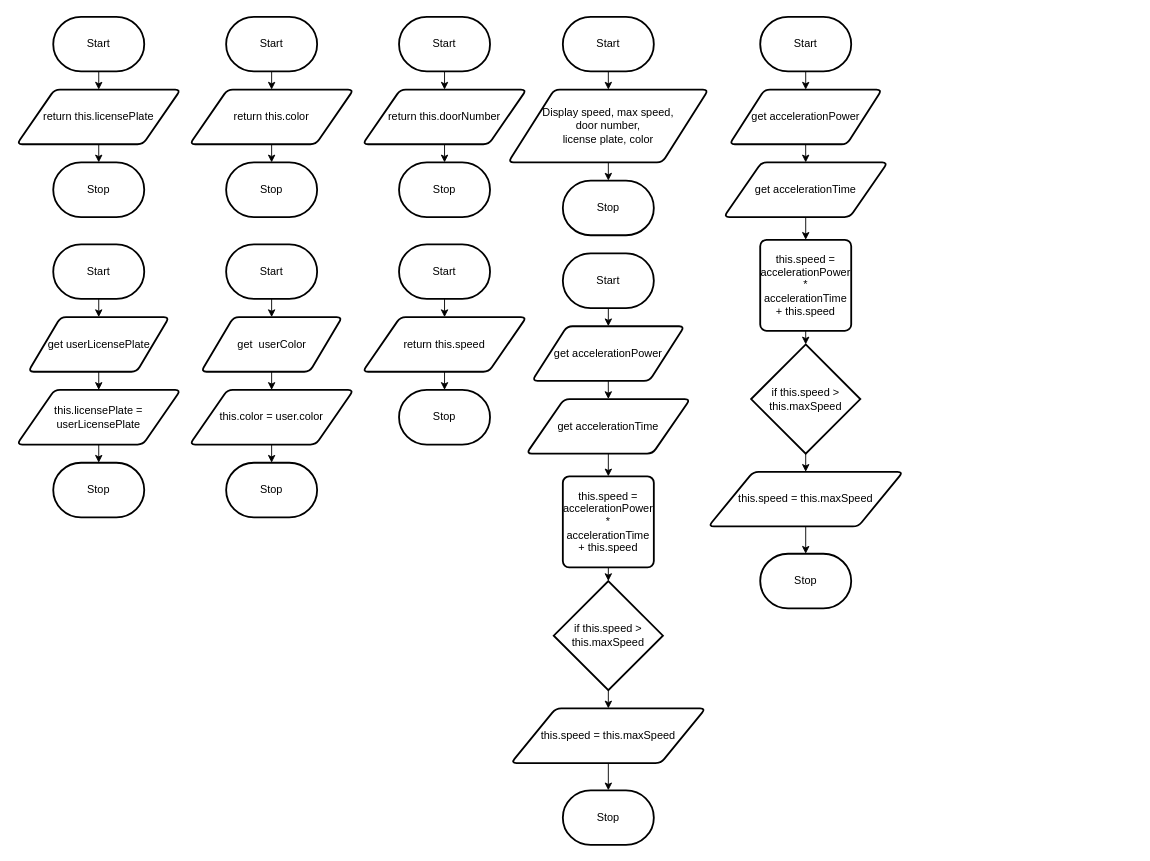
This is flowchart.drawio from Rodas-Nega1/ics4u-unit-2-05-typescript, a draw.io file, before an edit. Source tidied: cells renumbered, new cells numbered last; positions are measured from the earlier drawing's top-left corner, leaving out a move shared by most shapes. Both pictures are drawn from the tidied source at 91%, with x=0, y=0 at pixel (16, 16).
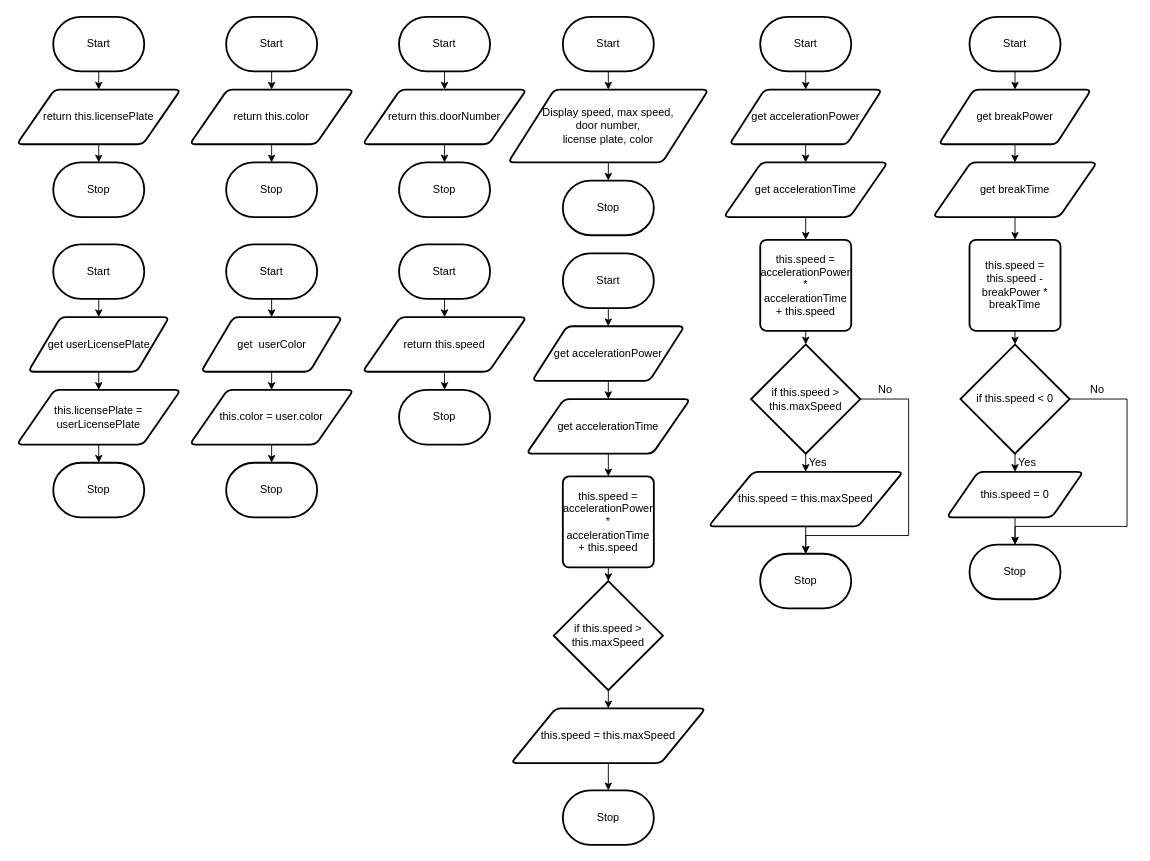
The same diagram, later.

Unchanged cells that the change refers to:
```xml
<mxCell id="63" value="if this.speed &amp;gt; this.maxSpeed" style="strokeWidth=2;html=1;shape=mxgraph.flowchart.decision;whiteSpace=wrap;" parent="1" vertex="1">
  <mxGeometry x="806.9" y="360" width="120" height="120" as="geometry" />
</mxCell>
<mxCell id="66" value="Stop" style="strokeWidth=2;html=1;shape=mxgraph.flowchart.terminator;whiteSpace=wrap;" parent="1" vertex="1">
  <mxGeometry x="816.9" y="590" width="100" height="60" as="geometry" />
</mxCell>
```

Diff of the diagram source:
```diff
@@
+    <mxCell id="67" style="edgeStyle=none;html=1;rounded=0;" parent="1" edge="1" source="63" target="66">
+      <mxGeometry relative="1" as="geometry">
+        <Array as="points">
+          <mxPoint x="980" y="420" />
+          <mxPoint x="980" y="570" />
+          <mxPoint x="867" y="570" />
+        </Array>
+      </mxGeometry>
+    </mxCell>
@@
+    <mxCell id="68" style="edgeStyle=none;html=1;" parent="1" edge="1" source="69">
+      <mxGeometry relative="1" as="geometry">
+        <mxPoint x="1096.9" y="80" as="targetPoint" />
+      </mxGeometry>
+    </mxCell>
+    <mxCell id="69" value="Start" style="strokeWidth=2;html=1;shape=mxgraph.flowchart.terminator;whiteSpace=wrap;" parent="1" vertex="1">
+      <mxGeometry x="1046.9" width="100" height="60" as="geometry" />
+    </mxCell>
+    <mxCell id="70" style="edgeStyle=none;html=1;" parent="1" edge="1" source="71" target="73">
+      <mxGeometry relative="1" as="geometry" />
+    </mxCell>
+    <mxCell id="71" value="get breakPower" style="shape=parallelogram;html=1;strokeWidth=2;perimeter=parallelogramPerimeter;whiteSpace=wrap;rounded=1;arcSize=12;size=0.23;" parent="1" vertex="1">
+      <mxGeometry x="1013.1" y="80" width="167.5" height="60" as="geometry" />
+    </mxCell>
+    <mxCell id="72" style="edgeStyle=none;html=1;" parent="1" edge="1" source="73" target="75">
+      <mxGeometry relative="1" as="geometry" />
+    </mxCell>
+    <mxCell id="73" value="get breakTime" style="shape=parallelogram;html=1;strokeWidth=2;perimeter=parallelogramPerimeter;whiteSpace=wrap;rounded=1;arcSize=12;size=0.23;" parent="1" vertex="1">
+      <mxGeometry x="1006.9" y="160" width="180" height="60" as="geometry" />
+    </mxCell>
+    <mxCell id="74" style="edgeStyle=none;html=1;" parent="1" edge="1" source="75" target="78">
+      <mxGeometry relative="1" as="geometry" />
+    </mxCell>
+    <mxCell id="75" value="this.speed = this.speed - breakPower * breakTime" style="rounded=1;whiteSpace=wrap;html=1;absoluteArcSize=1;arcSize=14;strokeWidth=2;" parent="1" vertex="1">
+      <mxGeometry x="1046.9" y="245" width="100" height="100" as="geometry" />
+    </mxCell>
+    <mxCell id="76" style="edgeStyle=none;html=1;" parent="1" edge="1" source="78" target="80">
+      <mxGeometry relative="1" as="geometry" />
+    </mxCell>
+    <mxCell id="77" style="edgeStyle=none;rounded=0;html=1;entryX=0.5;entryY=0;entryDx=0;entryDy=0;entryPerimeter=0;" parent="1" edge="1" source="78" target="81">
+      <mxGeometry relative="1" as="geometry">
+        <Array as="points">
+          <mxPoint x="1220" y="420" />
+          <mxPoint x="1220" y="560" />
+          <mxPoint x="1097" y="560" />
+        </Array>
+      </mxGeometry>
+    </mxCell>
+    <mxCell id="78" value="if this.speed &amp;lt; 0" style="strokeWidth=2;html=1;shape=mxgraph.flowchart.decision;whiteSpace=wrap;" parent="1" vertex="1">
+      <mxGeometry x="1036.9" y="360" width="120" height="120" as="geometry" />
+    </mxCell>
+    <mxCell id="79" style="edgeStyle=none;html=1;" parent="1" edge="1" source="80" target="81">
+      <mxGeometry relative="1" as="geometry" />
+    </mxCell>
+    <mxCell id="80" value="this.speed = 0" style="shape=parallelogram;html=1;strokeWidth=2;perimeter=parallelogramPerimeter;whiteSpace=wrap;rounded=1;arcSize=12;size=0.23;" parent="1" vertex="1">
+      <mxGeometry x="1021.9" y="500" width="150" height="50" as="geometry" />
+    </mxCell>
+    <mxCell id="81" value="Stop" style="strokeWidth=2;html=1;shape=mxgraph.flowchart.terminator;whiteSpace=wrap;" parent="1" vertex="1">
+      <mxGeometry x="1046.9" y="580" width="100" height="60" as="geometry" />
+    </mxCell>
+    <mxCell id="82" value="Yes&lt;br&gt;" style="text;html=1;align=center;verticalAlign=middle;fillColor=none;strokeColor=none;rounded=0;" parent="1" vertex="1">
+      <mxGeometry x="860" y="480" width="40" height="20" as="geometry" />
+    </mxCell>
+    <mxCell id="83" value="No" style="text;html=1;align=center;verticalAlign=middle;fillColor=none;strokeColor=none;rounded=0;" parent="1" vertex="1">
+      <mxGeometry x="938.8" y="400" width="30" height="20" as="geometry" />
+    </mxCell>
+    <mxCell id="84" value="Yes&lt;br&gt;" style="text;html=1;align=center;verticalAlign=middle;fillColor=none;strokeColor=none;rounded=0;" parent="1" vertex="1">
+      <mxGeometry x="1090" y="480" width="40" height="20" as="geometry" />
+    </mxCell>
+    <mxCell id="85" value="No" style="text;html=1;align=center;verticalAlign=middle;fillColor=none;strokeColor=none;rounded=0;" parent="1" vertex="1">
+      <mxGeometry x="1171.9" y="400" width="30" height="20" as="geometry" />
+    </mxCell>
```
